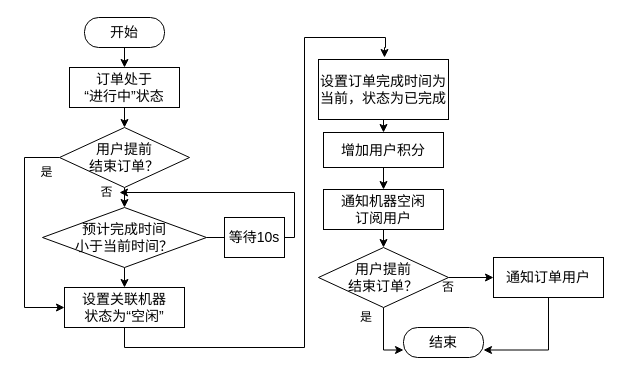
Earlier version of the draw.io diagram 订单完成.drawio (mochaDMQ/myPicture). Source tidied: cells renumbered, new cells numbered last; positions are measured from the earlier drawing's top-left corner, leaving out a move shared by most shapes. Both pictures are drawn from the tidied source at 100%, with x=0, y=0 at pixel (24, 17).
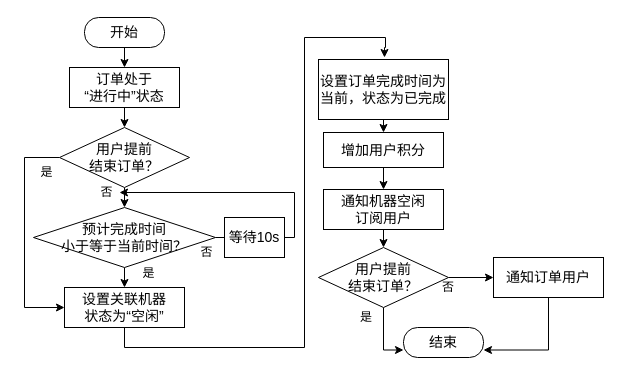
The same page after the edit.

Commit message:
更新订单完成.drawio

Diff of the diagram source:
```diff
@@
-    <mxCell id="11" value="&lt;font face=&quot;宋体&quot;&gt;&lt;span style=&quot;font-size: 14px;&quot;&gt;预计完成时间&lt;/span&gt;&lt;/font&gt;&lt;div&gt;&lt;font face=&quot;宋体&quot;&gt;&lt;span style=&quot;font-size: 14px;&quot;&gt;小于当前时间？&lt;/span&gt;&lt;/font&gt;&lt;/div&gt;" style="rhombus;whiteSpace=wrap;html=1;" parent="1" vertex="1">
-      <mxGeometry x="18" y="190" width="164" height="60" as="geometry" />
+    <mxCell id="11" value="&lt;font face=&quot;宋体&quot;&gt;&lt;span style=&quot;font-size: 14px;&quot;&gt;预计完成时间&lt;/span&gt;&lt;/font&gt;&lt;div&gt;&lt;font face=&quot;宋体&quot;&gt;&lt;span style=&quot;font-size: 14px;&quot;&gt;小于等于当前时间？&lt;/span&gt;&lt;/font&gt;&lt;/div&gt;" style="rhombus;whiteSpace=wrap;html=1;" parent="1" vertex="1">
+      <mxGeometry x="9" y="190" width="182" height="60" as="geometry" />
     </mxCell>
@@
+    <mxCell id="32" value="否" style="text;html=1;align=center;verticalAlign=middle;whiteSpace=wrap;rounded=0;fontFamily=宋体;" parent="1" vertex="1">
+      <mxGeometry x="170" y="220" width="25" height="30" as="geometry" />
+    </mxCell>
+    <mxCell id="33" value="是" style="text;html=1;align=center;verticalAlign=middle;whiteSpace=wrap;rounded=0;fontFamily=宋体;" parent="1" vertex="1">
+      <mxGeometry x="112" y="241" width="25" height="30" as="geometry" />
+    </mxCell>
```
